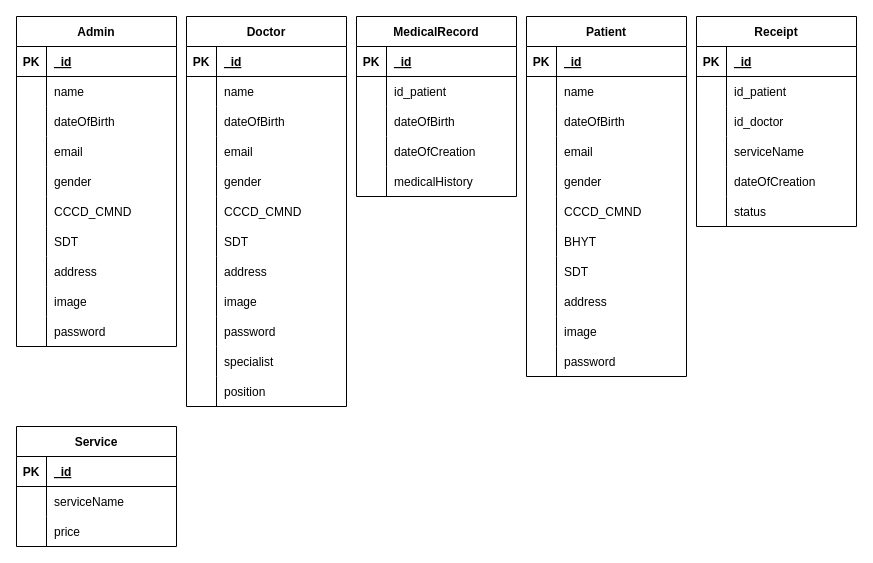
Earlier version of the draw.io diagram Design database/Schema.drawio (NguyenTaHuyHoang/Health_app). Source tidied: cells renumbered, new cells numbered last; positions are measured from the earlier drawing's top-left corner, leaving out a move shared by most shapes. Both pictures are drawn from the tidied source at 100%, with x=0, y=0 at pixel (16, 16).
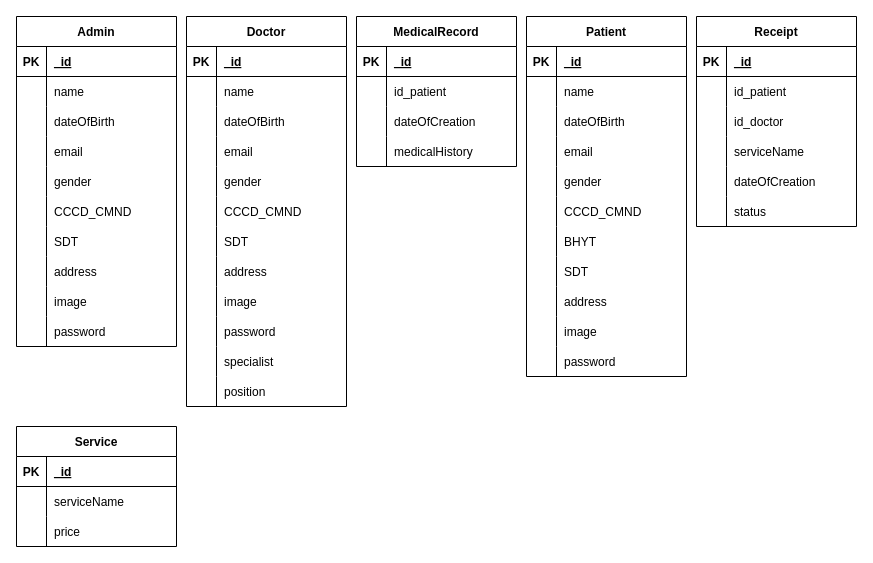
The same diagram, later.

What changed in the source:
```diff
@@
     <mxCell id="70" value="MedicalRecord" style="shape=table;startSize=30;childLayout=tableLayout;rowLines=0;fontStyle=1;align=center;" parent="1" vertex="1">
-      <mxGeometry x="340" width="160" height="180" as="geometry" />
+      <mxGeometry x="340" width="160" height="150" as="geometry" />
     </mxCell>
@@
-    <mxCell id="77" style="shape=tableRow;horizontal=0;startSize=0;swimlaneHead=0;swimlaneBody=0;fillColor=none;top=0;left=0;right=0;bottom=0;" parent="70" vertex="1">
-      <mxGeometry y="90" width="160" height="30" as="geometry" />
-    </mxCell>
-    <mxCell id="78" style="shape=partialRectangle;fillColor=none;top=0;left=0;bottom=0;right=0;overflow=hidden;" parent="77" vertex="1">
-      <mxGeometry width="30" height="30" as="geometry" />
-    </mxCell>
-    <mxCell id="79" value="dateOfBirth" style="shape=partialRectangle;fillColor=none;top=0;left=0;bottom=0;right=0;align=left;spacingLeft=6;overflow=hidden;" parent="77" vertex="1">
-      <mxGeometry x="30" width="130" height="30" as="geometry" />
-    </mxCell>
     <mxCell id="80" style="shape=tableRow;horizontal=0;startSize=0;swimlaneHead=0;swimlaneBody=0;fillColor=none;top=0;left=0;right=0;bottom=0;" parent="70" vertex="1">
-      <mxGeometry y="120" width="160" height="30" as="geometry" />
+      <mxGeometry y="90" width="160" height="30" as="geometry" />
     </mxCell>
@@
     <mxCell id="83" style="shape=tableRow;horizontal=0;startSize=0;swimlaneHead=0;swimlaneBody=0;fillColor=none;top=0;left=0;right=0;bottom=0;" parent="70" vertex="1">
-      <mxGeometry y="150" width="160" height="30" as="geometry" />
+      <mxGeometry y="120" width="160" height="30" as="geometry" />
     </mxCell>
```
